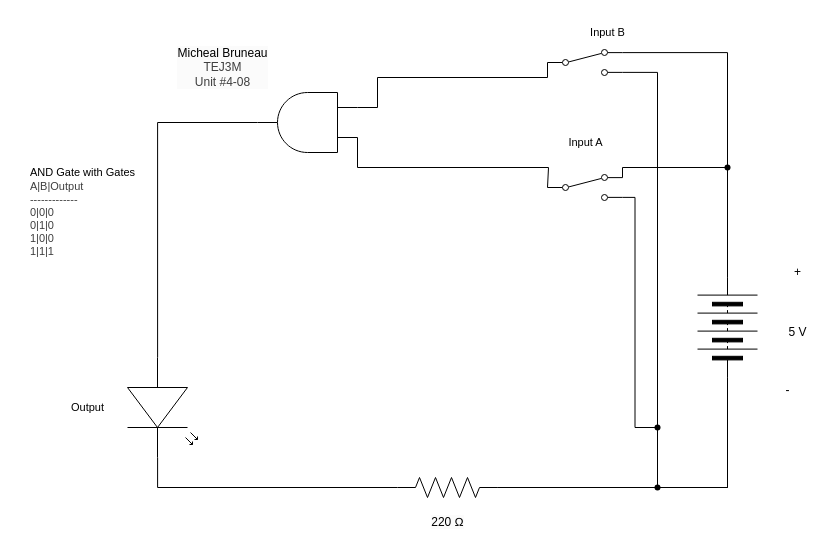
Above: TEJ3M 4-11/Schemati diagram.drawio in michael-bruneau/TEJ3M-Unit-4 (draw.io), before the change. Source tidied: cells renumbered, new cells numbered last; positions are measured from the earlier drawing's top-left corner, leaving out a move shared by most shapes. Both pictures are drawn from the tidied source at 100%, with x=0, y=0 at pixel (17, 17).
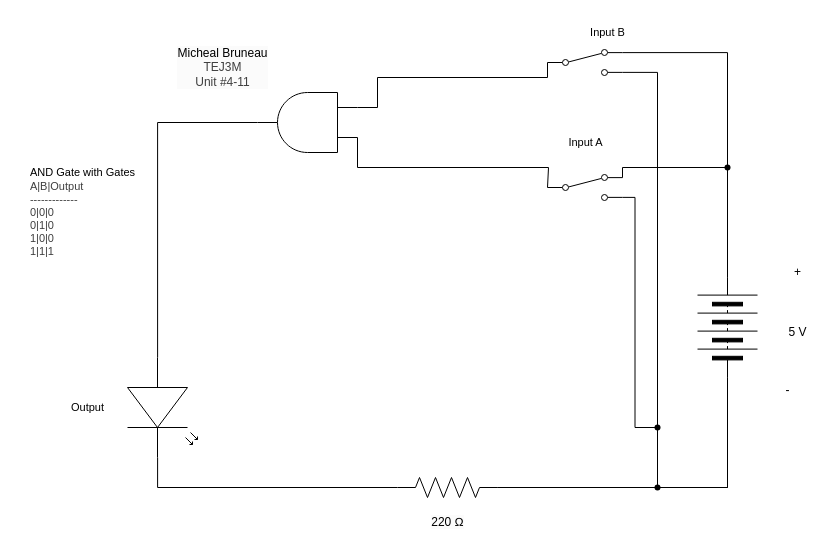
After the change.

The edit, as a diff of the source:
```diff
@@
-    <mxCell id="2" value="&lt;span style=&quot;scrollbar-color: rgb(226, 226, 226) rgb(251, 251, 251); background-color: rgb(251, 251, 251); color: rgb(0, 0, 0);&quot;&gt;Micheal Bruneau&lt;/span&gt;&lt;div style=&quot;scrollbar-color: rgb(226, 226, 226) rgb(251, 251, 251); background-color: rgb(251, 251, 251); color: rgb(63, 63, 63);&quot;&gt;TEJ3M&lt;/div&gt;&lt;div style=&quot;scrollbar-color: rgb(226, 226, 226) rgb(251, 251, 251); background-color: rgb(251, 251, 251); color: rgb(63, 63, 63);&quot;&gt;Unit #4-08&lt;/div&gt;" style="text;html=1;align=center;verticalAlign=middle;strokeColor=none;fillColor=none;" parent="1" vertex="1">
+    <mxCell id="2" value="&lt;span style=&quot;scrollbar-color: rgb(226, 226, 226) rgb(251, 251, 251); background-color: rgb(251, 251, 251); color: rgb(0, 0, 0);&quot;&gt;Micheal Bruneau&lt;/span&gt;&lt;div style=&quot;scrollbar-color: rgb(226, 226, 226) rgb(251, 251, 251); background-color: rgb(251, 251, 251); color: rgb(63, 63, 63);&quot;&gt;TEJ3M&lt;/div&gt;&lt;div style=&quot;scrollbar-color: rgb(226, 226, 226) rgb(251, 251, 251); background-color: rgb(251, 251, 251); color: rgb(63, 63, 63);&quot;&gt;Unit #4-11&lt;/div&gt;" style="text;html=1;align=center;verticalAlign=middle;strokeColor=none;fillColor=none;" parent="1" vertex="1">
       <mxGeometry x="150" y="20" width="110" height="60" as="geometry" />
     </mxCell>
```
